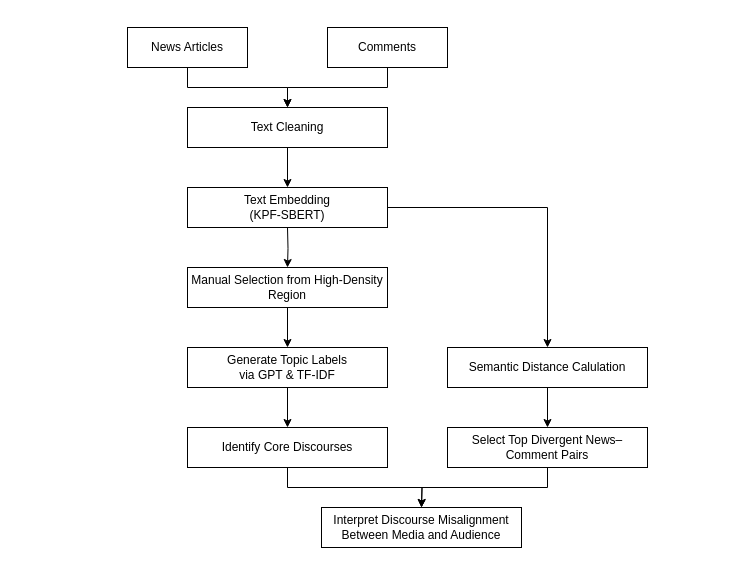
Above: 제목 없는 다이어그램.drawio in kjh8331267/Paper_Review (draw.io), before the change. Source tidied: cells renumbered, new cells numbered last; positions are measured from the earlier drawing's top-left corner, leaving out a move shared by most shapes. Both pictures are drawn from the tidied source at 100%, with x=0, y=0 at pixel (127, 27).
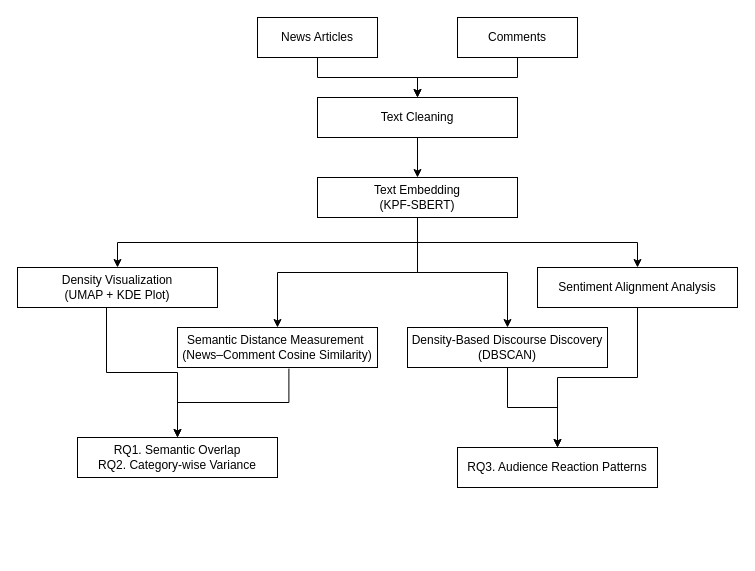
After the change.

Commit message:
제목 없는 다이어그램.drawio 업데이트

Change to the diagram source:
```diff
@@
     <mxCell id="3" value="News Articles" style="rounded=0;whiteSpace=wrap;html=1;" parent="1" vertex="1">
-      <mxGeometry width="120" height="40" as="geometry" />
+      <mxGeometry x="130" y="-10" width="120" height="40" as="geometry" />
     </mxCell>
@@
     <mxCell id="5" value="Comments" style="rounded=0;whiteSpace=wrap;html=1;" parent="1" vertex="1">
-      <mxGeometry x="200" width="120" height="40" as="geometry" />
+      <mxGeometry x="330" y="-10" width="120" height="40" as="geometry" />
     </mxCell>
-    <mxCell id="6" style="edgeStyle=orthogonalEdgeStyle;rounded=0;jettySize=auto;html=1;exitX=1;exitY=0.5;exitDx=0;exitDy=0;entryX=0.5;entryY=0;entryDx=0;entryDy=0;" parent="1" edge="1" source="7" target="9">
+    <mxCell id="6" style="edgeStyle=orthogonalEdgeStyle;rounded=0;jettySize=auto;html=1;exitX=0.5;exitY=1;exitDx=0;exitDy=0;entryX=0.5;entryY=0;entryDx=0;entryDy=0;" parent="1" edge="1" source="7" target="9">
       <mxGeometry relative="1" as="geometry" />
     </mxCell>
     <mxCell id="7" value="Text Embedding&lt;div&gt;(&lt;span style=&quot;background-color: transparent; color: light-dark(rgb(0, 0, 0), rgb(255, 255, 255));&quot;&gt;KPF-SBERT)&lt;/span&gt;&lt;/div&gt;" style="rounded=0;whiteSpace=wrap;html=1;" parent="1" vertex="1">
-      <mxGeometry x="60" y="160" width="200" height="40" as="geometry" />
+      <mxGeometry x="190" y="150" width="200" height="40" as="geometry" />
     </mxCell>
-    <mxCell id="8" style="edgeStyle=orthogonalEdgeStyle;rounded=0;jettySize=auto;html=1;exitX=0.5;exitY=1;exitDx=0;exitDy=0;entryX=0.5;entryY=0;entryDx=0;entryDy=0;" parent="1" edge="1" source="9" target="18">
+    <mxCell id="8" style="edgeStyle=orthogonalEdgeStyle;rounded=0;jettySize=auto;html=1;entryX=0.5;entryY=0;entryDx=0;entryDy=0;exitX=0.5;exitY=1;exitDx=0;exitDy=0;" parent="1" edge="1" source="21" target="18">
       <mxGeometry relative="1" as="geometry" />
     </mxCell>
-    <mxCell id="9" value="Semantic Distance Calulation" style="rounded=0;whiteSpace=wrap;html=1;" parent="1" vertex="1">
-      <mxGeometry x="320" y="320" width="200" height="40" as="geometry" />
+    <mxCell id="9" value="Sentiment Alignment Analysis" style="rounded=0;whiteSpace=wrap;html=1;" parent="1" vertex="1">
+      <mxGeometry x="410" y="240" width="200" height="40" as="geometry" />
     </mxCell>
-    <mxCell id="10" style="edgeStyle=orthogonalEdgeStyle;rounded=0;jettySize=auto;html=1;entryX=0.5;entryY=0;entryDx=0;entryDy=0;" parent="1" edge="1" target="12">
-      <mxGeometry relative="1" as="geometry">
-        <mxPoint x="160" y="200" as="sourcePoint" />
-      </mxGeometry>
+    <mxCell id="10" style="edgeStyle=orthogonalEdgeStyle;rounded=0;jettySize=auto;html=1;entryX=0.5;entryY=0;entryDx=0;entryDy=0;exitX=0.5;exitY=1;exitDx=0;exitDy=0;" parent="1" edge="1" source="7" target="12">
+      <mxGeometry relative="1" as="geometry" />
     </mxCell>
-    <mxCell id="11" style="edgeStyle=orthogonalEdgeStyle;rounded=0;jettySize=auto;html=1;exitX=0.5;exitY=1;exitDx=0;exitDy=0;entryX=0.5;entryY=0;entryDx=0;entryDy=0;" parent="1" edge="1" source="12" target="21">
+    <mxCell id="11" style="edgeStyle=orthogonalEdgeStyle;rounded=0;jettySize=auto;html=1;exitX=0.5;exitY=1;exitDx=0;exitDy=0;entryX=0.5;entryY=0;entryDx=0;entryDy=0;" parent="1" edge="1" source="7" target="21">
       <mxGeometry relative="1" as="geometry" />
     </mxCell>
-    <mxCell id="12" value="&lt;p&gt;Manual Selection from High-Density Region&lt;/p&gt;" style="rounded=0;whiteSpace=wrap;html=1;" parent="1" vertex="1">
-      <mxGeometry x="60" y="240" width="200" height="40" as="geometry" />
+    <mxCell id="12" value="&lt;p&gt;Density Visualization&lt;br&gt;(UMAP + KDE Plot)&lt;/p&gt;" style="rounded=0;whiteSpace=wrap;html=1;" parent="1" vertex="1">
+      <mxGeometry x="-110" y="240" width="200" height="40" as="geometry" />
     </mxCell>
-    <mxCell id="13" style="edgeStyle=orthogonalEdgeStyle;rounded=0;jettySize=auto;html=1;exitX=0.5;exitY=1;exitDx=0;exitDy=0;entryX=0.5;entryY=0;entryDx=0;entryDy=0;" parent="1" edge="1" source="14">
-      <mxGeometry relative="1" as="geometry">
-        <mxPoint x="294" y="480" as="targetPoint" />
-      </mxGeometry>
-    </mxCell>
-    <mxCell id="14" value="&lt;p&gt;Identify Core Discourses&lt;/p&gt;" style="rounded=0;whiteSpace=wrap;html=1;" parent="1" vertex="1">
-      <mxGeometry x="60" y="400" width="200" height="40" as="geometry" />
+    <mxCell id="14" value="&lt;p&gt;RQ1. Semantic Overlap&lt;br&gt;RQ2.&amp;nbsp;Category-wise Variance&lt;/p&gt;" style="rounded=0;whiteSpace=wrap;html=1;" parent="1" vertex="1">
+      <mxGeometry x="-50" y="410" width="200" height="40" as="geometry" />
     </mxCell>
@@
     <mxCell id="16" value="Text Cleaning" style="rounded=0;whiteSpace=wrap;html=1;" parent="1" vertex="1">
-      <mxGeometry x="60" y="80" width="200" height="40" as="geometry" />
+      <mxGeometry x="190" y="70" width="200" height="40" as="geometry" />
     </mxCell>
-    <mxCell id="17" style="edgeStyle=orthogonalEdgeStyle;rounded=0;jettySize=auto;html=1;exitX=0.5;exitY=1;exitDx=0;exitDy=0;entryX=0.5;entryY=0;entryDx=0;entryDy=0;" parent="1" edge="1" source="18">
-      <mxGeometry relative="1" as="geometry">
-        <mxPoint x="294" y="480" as="targetPoint" />
-      </mxGeometry>
-    </mxCell>
-    <mxCell id="18" value="&lt;p&gt;Select Top Divergent News–Comment Pairs&lt;/p&gt;" style="rounded=0;whiteSpace=wrap;html=1;" parent="1" vertex="1">
-      <mxGeometry x="320" y="400" width="200" height="40" as="geometry" />
+    <mxCell id="18" value="&lt;p&gt;RQ3. Audience Reaction Patterns&lt;/p&gt;" style="rounded=0;whiteSpace=wrap;html=1;" parent="1" vertex="1">
+      <mxGeometry x="330" y="420" width="200" height="40" as="geometry" />
     </mxCell>
-    <mxCell id="19" value="&lt;p&gt;Interpret Discourse Misalignment&lt;br&gt;Between Media and Audience&lt;/p&gt;" style="rounded=0;whiteSpace=wrap;html=1;" parent="1" vertex="1">
-      <mxGeometry x="194" y="480" width="200" height="40" as="geometry" />
-    </mxCell>
-    <mxCell id="20" style="edgeStyle=orthogonalEdgeStyle;rounded=0;jettySize=auto;html=1;exitX=0.5;exitY=1;exitDx=0;exitDy=0;entryX=0.5;entryY=0;entryDx=0;entryDy=0;" parent="1" edge="1" source="21" target="14">
+    <mxCell id="20" style="edgeStyle=orthogonalEdgeStyle;rounded=0;jettySize=auto;html=1;entryX=0.5;entryY=0;entryDx=0;entryDy=0;exitX=0.445;exitY=0.999;exitDx=0;exitDy=0;exitPerimeter=0;" parent="1" edge="1" source="12" target="14">
       <mxGeometry relative="1" as="geometry" />
     </mxCell>
-    <mxCell id="21" value="&lt;p&gt;Generate Topic Labels &lt;br&gt;via GPT &amp;amp; TF-IDF&lt;/p&gt;" style="rounded=0;whiteSpace=wrap;html=1;" parent="1" vertex="1">
-      <mxGeometry x="60" y="320" width="200" height="40" as="geometry" />
+    <mxCell id="21" value="&lt;p&gt;Density-Based Discourse Discovery&lt;br&gt;(DBSCAN)&lt;/p&gt;" style="rounded=0;whiteSpace=wrap;html=1;" parent="1" vertex="1">
+      <mxGeometry x="280" y="300" width="200" height="40" as="geometry" />
     </mxCell>
+    <mxCell id="22" style="edgeStyle=orthogonalEdgeStyle;rounded=0;jettySize=auto;html=1;exitX=0.5;exitY=1;exitDx=0;exitDy=0;" parent="1" edge="1" source="7" target="23">
+      <mxGeometry relative="1" as="geometry" />
+    </mxCell>
+    <mxCell id="23" value="&lt;p&gt;Semantic Distance Measurement&amp;nbsp;&lt;br&gt;&lt;span style=&quot;background-color: transparent; color: light-dark(rgb(0, 0, 0), rgb(255, 255, 255));&quot;&gt;(News–Comment Cosine Similarity)&lt;/span&gt;&lt;/p&gt;" style="rounded=0;whiteSpace=wrap;html=1;" parent="1" vertex="1">
+      <mxGeometry x="50" y="300" width="200" height="40" as="geometry" />
+    </mxCell>
+    <mxCell id="24" style="edgeStyle=orthogonalEdgeStyle;rounded=0;jettySize=auto;html=1;entryX=0.5;entryY=0;entryDx=0;entryDy=0;exitX=0.557;exitY=1.028;exitDx=0;exitDy=0;exitPerimeter=0;" parent="1" edge="1" source="23" target="14">
+      <mxGeometry relative="1" as="geometry" />
+    </mxCell>
+    <mxCell id="25" style="edgeStyle=orthogonalEdgeStyle;rounded=0;jettySize=auto;html=1;entryX=0.5;entryY=0;entryDx=0;entryDy=0;exitX=0.5;exitY=1;exitDx=0;exitDy=0;" parent="1" edge="1" source="9" target="18">
+      <mxGeometry relative="1" as="geometry" />
+    </mxCell>
```
